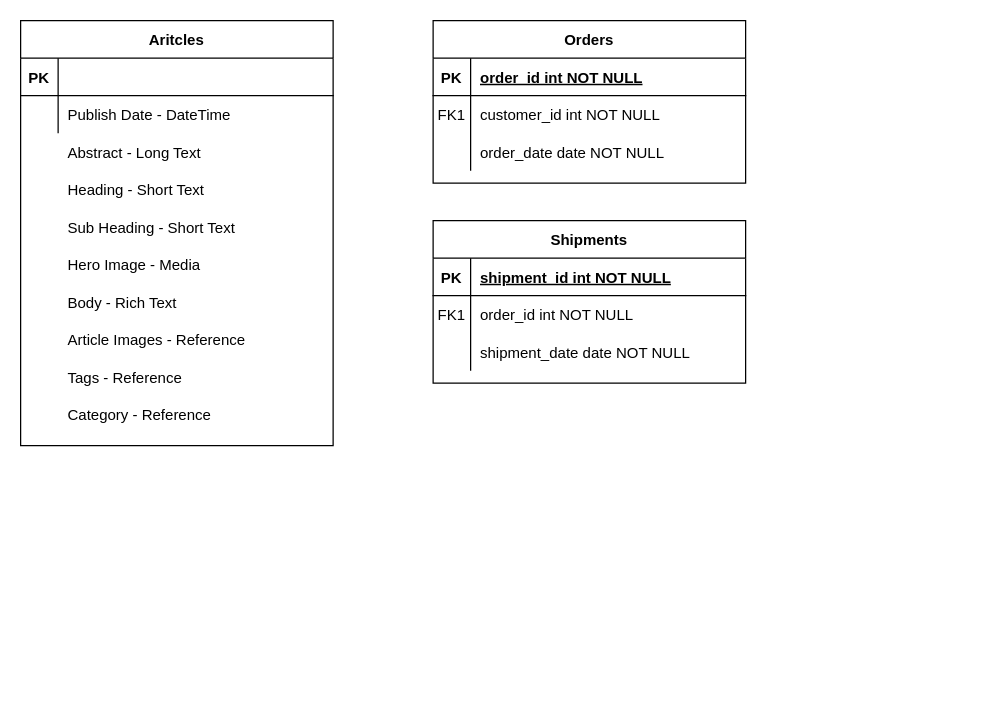
This is Untitled Diagram.drawio from kkankala/erdiagrams, a draw.io file, before an edit. Source tidied: cells renumbered, new cells numbered last; positions are measured from the earlier drawing's top-left corner, leaving out a move shared by most shapes. Both pictures are drawn from the tidied source at 125%, with x=0, y=0 at pixel (20, 20).
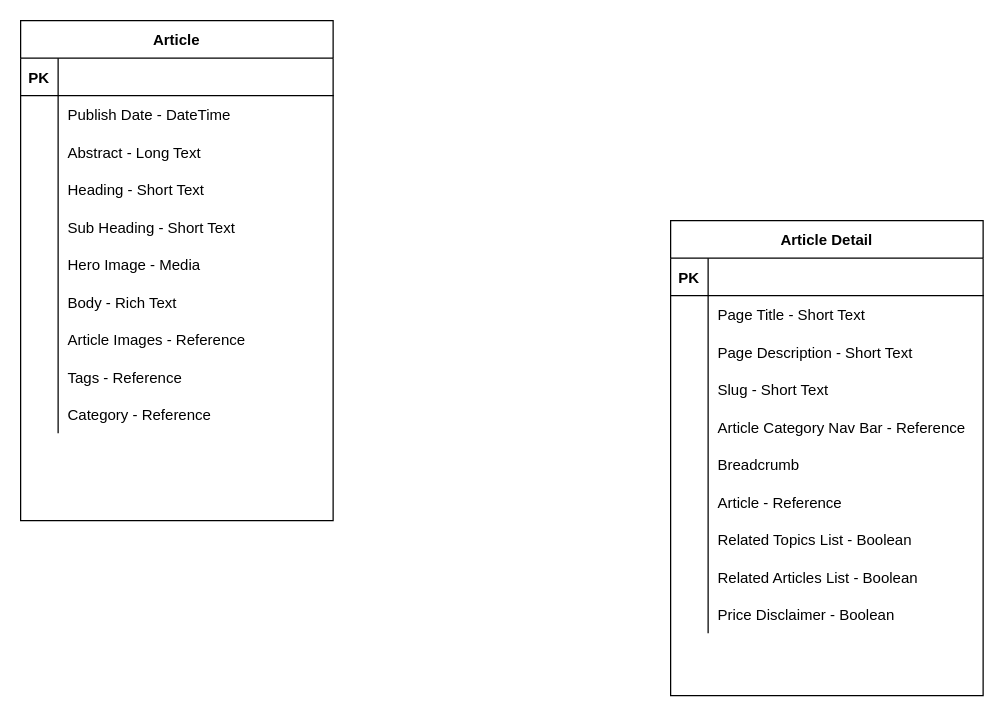
The same page after the edit.

Commit message:
adding article detail

What changed in the source:
```diff
@@
-    <mxCell id="2" value="Orders" style="shape=table;startSize=30;childLayout=tableLayout;rowLines=0;fontStyle=1;align=center;" parent="1" vertex="1">
-      <mxGeometry x="330" width="250" height="130" as="geometry" />
-    </mxCell>
-    <mxCell id="3" style="shape=partialRectangle;fillColor=none;top=0;left=0;right=0;bottom=1;" parent="2" vertex="1">
-      <mxGeometry y="30" width="250" height="30" as="geometry" />
-    </mxCell>
-    <mxCell id="4" value="PK" style="shape=partialRectangle;overflow=hidden;fillColor=none;top=0;left=0;bottom=0;right=0;fontStyle=1;" parent="3" vertex="1">
-      <mxGeometry width="30" height="30" as="geometry" />
-    </mxCell>
-    <mxCell id="5" value="order_id int NOT NULL " style="shape=partialRectangle;overflow=hidden;fillColor=none;top=0;left=0;bottom=0;right=0;align=left;spacingLeft=6;fontStyle=5;" parent="3" vertex="1">
-      <mxGeometry x="30" width="220" height="30" as="geometry" />
-    </mxCell>
-    <mxCell id="6" style="shape=partialRectangle;fillColor=none;top=0;left=0;right=0;bottom=0;" parent="2" vertex="1">
-      <mxGeometry y="60" width="250" height="30" as="geometry" />
-    </mxCell>
-    <mxCell id="7" value="FK1" style="shape=partialRectangle;overflow=hidden;fillColor=none;top=0;left=0;bottom=0;right=0;" parent="6" vertex="1">
-      <mxGeometry width="30" height="30" as="geometry" />
-    </mxCell>
-    <mxCell id="8" value="customer_id int NOT NULL" style="shape=partialRectangle;overflow=hidden;fillColor=none;top=0;left=0;bottom=0;right=0;align=left;spacingLeft=6;" parent="6" vertex="1">
-      <mxGeometry x="30" width="220" height="30" as="geometry" />
-    </mxCell>
-    <mxCell id="9" style="shape=partialRectangle;fillColor=none;top=0;left=0;right=0;bottom=0;" parent="2" vertex="1">
-      <mxGeometry y="90" width="250" height="30" as="geometry" />
-    </mxCell>
-    <mxCell id="10" style="shape=partialRectangle;overflow=hidden;fillColor=none;top=0;left=0;bottom=0;right=0;" parent="9" vertex="1">
-      <mxGeometry width="30" height="30" as="geometry" />
-    </mxCell>
-    <mxCell id="11" value="order_date date NOT NULL" style="shape=partialRectangle;overflow=hidden;fillColor=none;top=0;left=0;bottom=0;right=0;align=left;spacingLeft=6;" parent="9" vertex="1">
-      <mxGeometry x="30" width="220" height="30" as="geometry" />
-    </mxCell>
-    <mxCell id="12" value="Shipments" style="shape=table;startSize=30;childLayout=tableLayout;rowLines=0;fontStyle=1;align=center;" parent="1" vertex="1">
-      <mxGeometry x="330" y="160" width="250" height="130" as="geometry" />
-    </mxCell>
-    <mxCell id="13" style="shape=partialRectangle;fillColor=none;top=0;left=0;right=0;bottom=1;" parent="12" vertex="1">
-      <mxGeometry y="30" width="250" height="30" as="geometry" />
-    </mxCell>
-    <mxCell id="14" value="PK" style="shape=partialRectangle;overflow=hidden;fillColor=none;top=0;left=0;bottom=0;right=0;fontStyle=1;" parent="13" vertex="1">
-      <mxGeometry width="30" height="30" as="geometry" />
-    </mxCell>
-    <mxCell id="15" value="shipment_id int NOT NULL " style="shape=partialRectangle;overflow=hidden;fillColor=none;top=0;left=0;bottom=0;right=0;align=left;spacingLeft=6;fontStyle=5;" parent="13" vertex="1">
-      <mxGeometry x="30" width="220" height="30" as="geometry" />
-    </mxCell>
-    <mxCell id="16" style="shape=partialRectangle;fillColor=none;top=0;left=0;right=0;bottom=0;" parent="12" vertex="1">
-      <mxGeometry y="60" width="250" height="30" as="geometry" />
-    </mxCell>
-    <mxCell id="17" value="FK1" style="shape=partialRectangle;overflow=hidden;fillColor=none;top=0;left=0;bottom=0;right=0;" parent="16" vertex="1">
-      <mxGeometry width="30" height="30" as="geometry" />
-    </mxCell>
-    <mxCell id="18" value="order_id int NOT NULL" style="shape=partialRectangle;overflow=hidden;fillColor=none;top=0;left=0;bottom=0;right=0;align=left;spacingLeft=6;" parent="16" vertex="1">
-      <mxGeometry x="30" width="220" height="30" as="geometry" />
-    </mxCell>
-    <mxCell id="19" style="shape=partialRectangle;fillColor=none;top=0;left=0;right=0;bottom=0;" parent="12" vertex="1">
-      <mxGeometry y="90" width="250" height="30" as="geometry" />
-    </mxCell>
-    <mxCell id="20" style="shape=partialRectangle;overflow=hidden;fillColor=none;top=0;left=0;bottom=0;right=0;" parent="19" vertex="1">
-      <mxGeometry width="30" height="30" as="geometry" />
-    </mxCell>
-    <mxCell id="21" value="shipment_date date NOT NULL" style="shape=partialRectangle;overflow=hidden;fillColor=none;top=0;left=0;bottom=0;right=0;align=left;spacingLeft=6;" parent="19" vertex="1">
-      <mxGeometry x="30" width="220" height="30" as="geometry" />
-    </mxCell>
-    <mxCell id="22" value="Aritcles" style="shape=table;startSize=30;childLayout=tableLayout;rowLines=0;fontStyle=1;align=center;" parent="1" vertex="1">
-      <mxGeometry width="250" height="340" as="geometry" />
+    <mxCell id="22" value="Article" style="shape=table;startSize=30;childLayout=tableLayout;rowLines=0;fontStyle=1;align=center;" parent="1" vertex="1">
+      <mxGeometry width="250" height="400" as="geometry" />
     </mxCell>
@@
+    <mxCell id="37" style="shape=partialRectangle;fillColor=none;top=0;left=0;right=0;bottom=0;" parent="22" vertex="1">
+      <mxGeometry y="60" width="250" height="30" as="geometry" />
+    </mxCell>
+    <mxCell id="38" style="shape=partialRectangle;overflow=hidden;fillColor=none;top=0;left=0;bottom=0;right=0;" parent="37" vertex="1">
+      <mxGeometry width="30" height="30" as="geometry" />
+    </mxCell>
+    <mxCell id="39" value="Publish Date - DateTime" style="shape=partialRectangle;overflow=hidden;fillColor=none;top=0;left=0;bottom=0;right=0;align=left;spacingLeft=6;" parent="37" vertex="1">
+      <mxGeometry x="30" width="220" height="30" as="geometry" />
+    </mxCell>
+    <mxCell id="40" style="shape=partialRectangle;fillColor=none;top=0;left=0;right=0;bottom=0;" parent="22" vertex="1">
+      <mxGeometry y="90" width="250" height="30" as="geometry" />
+    </mxCell>
+    <mxCell id="41" style="shape=partialRectangle;overflow=hidden;fillColor=none;top=0;left=0;bottom=0;right=0;" parent="40" vertex="1">
+      <mxGeometry width="30" height="30" as="geometry" />
+    </mxCell>
+    <mxCell id="29" value="Abstract - Long Text" style="shape=partialRectangle;overflow=hidden;fillColor=none;top=0;left=0;bottom=0;right=0;align=left;spacingLeft=6;" parent="40" vertex="1">
+      <mxGeometry x="30" width="220" height="30" as="geometry" />
+    </mxCell>
+    <mxCell id="42" style="shape=partialRectangle;fillColor=none;top=0;left=0;right=0;bottom=0;" parent="22" vertex="1">
+      <mxGeometry y="120" width="250" height="30" as="geometry" />
+    </mxCell>
+    <mxCell id="43" style="shape=partialRectangle;overflow=hidden;fillColor=none;top=0;left=0;bottom=0;right=0;" parent="42" vertex="1">
+      <mxGeometry width="30" height="30" as="geometry" />
+    </mxCell>
+    <mxCell id="30" value="Heading - Short Text" style="shape=partialRectangle;overflow=hidden;fillColor=none;top=0;left=0;bottom=0;right=0;align=left;spacingLeft=6;" parent="42" vertex="1">
+      <mxGeometry x="30" width="220" height="30" as="geometry" />
+    </mxCell>
+    <mxCell id="44" style="shape=partialRectangle;fillColor=none;top=0;left=0;right=0;bottom=0;" parent="22" vertex="1">
+      <mxGeometry y="150" width="250" height="30" as="geometry" />
+    </mxCell>
+    <mxCell id="45" style="shape=partialRectangle;overflow=hidden;fillColor=none;top=0;left=0;bottom=0;right=0;" parent="44" vertex="1">
+      <mxGeometry width="30" height="30" as="geometry" />
+    </mxCell>
+    <mxCell id="31" value="Sub Heading - Short Text" style="shape=partialRectangle;overflow=hidden;fillColor=none;top=0;left=0;bottom=0;right=0;align=left;spacingLeft=6;" parent="44" vertex="1">
+      <mxGeometry x="30" width="220" height="30" as="geometry" />
+    </mxCell>
+    <mxCell id="46" style="shape=partialRectangle;fillColor=none;top=0;left=0;right=0;bottom=0;" parent="22" vertex="1">
+      <mxGeometry y="180" width="250" height="30" as="geometry" />
+    </mxCell>
+    <mxCell id="47" style="shape=partialRectangle;overflow=hidden;fillColor=none;top=0;left=0;bottom=0;right=0;" parent="46" vertex="1">
+      <mxGeometry width="30" height="30" as="geometry" />
+    </mxCell>
+    <mxCell id="32" value="Hero Image - Media" style="shape=partialRectangle;overflow=hidden;fillColor=none;top=0;left=0;bottom=0;right=0;align=left;spacingLeft=6;" parent="46" vertex="1">
+      <mxGeometry x="30" width="220" height="30" as="geometry" />
+    </mxCell>
+    <mxCell id="48" style="shape=partialRectangle;fillColor=none;top=0;left=0;right=0;bottom=0;" parent="22" vertex="1">
+      <mxGeometry y="210" width="250" height="30" as="geometry" />
+    </mxCell>
+    <mxCell id="49" style="shape=partialRectangle;overflow=hidden;fillColor=none;top=0;left=0;bottom=0;right=0;" parent="48" vertex="1">
+      <mxGeometry width="30" height="30" as="geometry" />
+    </mxCell>
+    <mxCell id="33" value="Body - Rich Text" style="shape=partialRectangle;overflow=hidden;fillColor=none;top=0;left=0;bottom=0;right=0;align=left;spacingLeft=6;" parent="48" vertex="1">
+      <mxGeometry x="30" width="220" height="30" as="geometry" />
+    </mxCell>
+    <mxCell id="50" style="shape=partialRectangle;fillColor=none;top=0;left=0;right=0;bottom=0;" parent="22" vertex="1">
+      <mxGeometry y="240" width="250" height="30" as="geometry" />
+    </mxCell>
+    <mxCell id="51" style="shape=partialRectangle;overflow=hidden;fillColor=none;top=0;left=0;bottom=0;right=0;" parent="50" vertex="1">
+      <mxGeometry width="30" height="30" as="geometry" />
+    </mxCell>
+    <mxCell id="34" value="Article Images - Reference" style="shape=partialRectangle;overflow=hidden;fillColor=none;top=0;left=0;bottom=0;right=0;align=left;spacingLeft=6;" parent="50" vertex="1">
+      <mxGeometry x="30" width="220" height="30" as="geometry" />
+    </mxCell>
+    <mxCell id="52" style="shape=partialRectangle;fillColor=none;top=0;left=0;right=0;bottom=0;" parent="22" vertex="1">
+      <mxGeometry y="270" width="250" height="30" as="geometry" />
+    </mxCell>
+    <mxCell id="53" style="shape=partialRectangle;overflow=hidden;fillColor=none;top=0;left=0;bottom=0;right=0;" parent="52" vertex="1">
+      <mxGeometry width="30" height="30" as="geometry" />
+    </mxCell>
+    <mxCell id="35" value="Tags - Reference" style="shape=partialRectangle;overflow=hidden;fillColor=none;top=0;left=0;bottom=0;right=0;align=left;spacingLeft=6;" parent="52" vertex="1">
+      <mxGeometry x="30" width="220" height="30" as="geometry" />
+    </mxCell>
     <mxCell id="26" style="shape=partialRectangle;fillColor=none;top=0;left=0;right=0;bottom=0;" parent="22" vertex="1">
-      <mxGeometry y="60" width="250" height="30" as="geometry" />
+      <mxGeometry y="300" width="250" height="30" as="geometry" />
     </mxCell>
@@
-    <mxCell id="28" value="Publish Date - DateTime" style="shape=partialRectangle;overflow=hidden;fillColor=none;top=0;left=0;bottom=0;right=0;align=left;spacingLeft=6;" parent="26" vertex="1">
+    <mxCell id="28" value="Category - Reference" style="shape=partialRectangle;overflow=hidden;fillColor=none;top=0;left=0;bottom=0;right=0;align=left;spacingLeft=6;" parent="26" vertex="1">
       <mxGeometry x="30" width="220" height="30" as="geometry" />
     </mxCell>
-    <mxCell id="29" value="Abstract - Long Text" style="shape=partialRectangle;overflow=hidden;fillColor=none;top=0;left=0;bottom=0;right=0;align=left;spacingLeft=6;" parent="1" vertex="1">
-      <mxGeometry x="30" y="90" width="220" height="30" as="geometry" />
-    </mxCell>
-    <mxCell id="30" value="Heading - Short Text" style="shape=partialRectangle;overflow=hidden;fillColor=none;top=0;left=0;bottom=0;right=0;align=left;spacingLeft=6;" parent="1" vertex="1">
-      <mxGeometry x="30" y="120" width="220" height="30" as="geometry" />
-    </mxCell>
-    <mxCell id="31" value="Sub Heading - Short Text" style="shape=partialRectangle;overflow=hidden;fillColor=none;top=0;left=0;bottom=0;right=0;align=left;spacingLeft=6;" parent="1" vertex="1">
-      <mxGeometry x="30" y="150" width="220" height="30" as="geometry" />
-    </mxCell>
-    <mxCell id="32" value="Hero Image - Media" style="shape=partialRectangle;overflow=hidden;fillColor=none;top=0;left=0;bottom=0;right=0;align=left;spacingLeft=6;" parent="1" vertex="1">
-      <mxGeometry x="30" y="180" width="220" height="30" as="geometry" />
-    </mxCell>
-    <mxCell id="33" value="Body - Rich Text" style="shape=partialRectangle;overflow=hidden;fillColor=none;top=0;left=0;bottom=0;right=0;align=left;spacingLeft=6;" parent="1" vertex="1">
-      <mxGeometry x="30" y="210" width="220" height="30" as="geometry" />
-    </mxCell>
-    <mxCell id="34" value="Article Images - Reference" style="shape=partialRectangle;overflow=hidden;fillColor=none;top=0;left=0;bottom=0;right=0;align=left;spacingLeft=6;" parent="1" vertex="1">
-      <mxGeometry x="30" y="240" width="220" height="30" as="geometry" />
-    </mxCell>
-    <mxCell id="35" value="Tags - Reference" style="shape=partialRectangle;overflow=hidden;fillColor=none;top=0;left=0;bottom=0;right=0;align=left;spacingLeft=6;" parent="1" vertex="1">
-      <mxGeometry x="30" y="270" width="220" height="30" as="geometry" />
-    </mxCell>
-    <mxCell id="36" value="Category - Reference" style="shape=partialRectangle;overflow=hidden;fillColor=none;top=0;left=0;bottom=0;right=0;align=left;spacingLeft=6;" parent="1" vertex="1">
-      <mxGeometry x="30" y="300" width="220" height="30" as="geometry" />
-    </mxCell>
+    <mxCell id="54" value="Article Detail" style="shape=table;startSize=30;childLayout=tableLayout;rowLines=0;fontStyle=1;align=center;" parent="1" vertex="1">
+      <mxGeometry x="520" y="160" width="250" height="380" as="geometry" />
+    </mxCell>
+    <mxCell id="55" style="shape=partialRectangle;fillColor=none;top=0;left=0;right=0;bottom=1;" parent="54" vertex="1">
+      <mxGeometry y="30" width="250" height="30" as="geometry" />
+    </mxCell>
+    <mxCell id="56" value="PK" style="shape=partialRectangle;overflow=hidden;fillColor=none;top=0;left=0;bottom=0;right=0;fontStyle=1;" parent="55" vertex="1">
+      <mxGeometry width="30" height="30" as="geometry" />
+    </mxCell>
+    <mxCell id="57" style="shape=partialRectangle;overflow=hidden;fillColor=none;top=0;left=0;bottom=0;right=0;align=left;spacingLeft=6;fontStyle=5;" parent="55" vertex="1">
+      <mxGeometry x="30" width="220" height="30" as="geometry" />
+    </mxCell>
+    <mxCell id="58" style="shape=partialRectangle;fillColor=none;top=0;left=0;right=0;bottom=0;" parent="54" vertex="1">
+      <mxGeometry y="60" width="250" height="30" as="geometry" />
+    </mxCell>
+    <mxCell id="59" style="shape=partialRectangle;overflow=hidden;fillColor=none;top=0;left=0;bottom=0;right=0;" parent="58" vertex="1">
+      <mxGeometry width="30" height="30" as="geometry" />
+    </mxCell>
+    <mxCell id="60" value="Page Title - Short Text" style="shape=partialRectangle;overflow=hidden;fillColor=none;top=0;left=0;bottom=0;right=0;align=left;spacingLeft=6;" parent="58" vertex="1">
+      <mxGeometry x="30" width="220" height="30" as="geometry" />
+    </mxCell>
+    <mxCell id="61" style="shape=partialRectangle;fillColor=none;top=0;left=0;right=0;bottom=0;" parent="54" vertex="1">
+      <mxGeometry y="90" width="250" height="30" as="geometry" />
+    </mxCell>
+    <mxCell id="62" style="shape=partialRectangle;overflow=hidden;fillColor=none;top=0;left=0;bottom=0;right=0;" parent="61" vertex="1">
+      <mxGeometry width="30" height="30" as="geometry" />
+    </mxCell>
+    <mxCell id="63" value="Page Description - Short Text" style="shape=partialRectangle;overflow=hidden;fillColor=none;top=0;left=0;bottom=0;right=0;align=left;spacingLeft=6;" parent="61" vertex="1">
+      <mxGeometry x="30" width="220" height="30" as="geometry" />
+    </mxCell>
+    <mxCell id="64" style="shape=partialRectangle;fillColor=none;top=0;left=0;right=0;bottom=0;" parent="54" vertex="1">
+      <mxGeometry y="120" width="250" height="30" as="geometry" />
+    </mxCell>
+    <mxCell id="65" style="shape=partialRectangle;overflow=hidden;fillColor=none;top=0;left=0;bottom=0;right=0;" parent="64" vertex="1">
+      <mxGeometry width="30" height="30" as="geometry" />
+    </mxCell>
+    <mxCell id="66" value="Slug - Short Text" style="shape=partialRectangle;overflow=hidden;fillColor=none;top=0;left=0;bottom=0;right=0;align=left;spacingLeft=6;" parent="64" vertex="1">
+      <mxGeometry x="30" width="220" height="30" as="geometry" />
+    </mxCell>
+    <mxCell id="67" style="shape=partialRectangle;fillColor=none;top=0;left=0;right=0;bottom=0;" parent="54" vertex="1">
+      <mxGeometry y="150" width="250" height="30" as="geometry" />
+    </mxCell>
+    <mxCell id="68" style="shape=partialRectangle;overflow=hidden;fillColor=none;top=0;left=0;bottom=0;right=0;" parent="67" vertex="1">
+      <mxGeometry width="30" height="30" as="geometry" />
+    </mxCell>
+    <mxCell id="69" value="Article Category Nav Bar - Reference" style="shape=partialRectangle;overflow=hidden;fillColor=none;top=0;left=0;bottom=0;right=0;align=left;spacingLeft=6;" parent="67" vertex="1">
+      <mxGeometry x="30" width="220" height="30" as="geometry" />
+    </mxCell>
+    <mxCell id="70" style="shape=partialRectangle;fillColor=none;top=0;left=0;right=0;bottom=0;" parent="54" vertex="1">
+      <mxGeometry y="180" width="250" height="30" as="geometry" />
+    </mxCell>
+    <mxCell id="71" style="shape=partialRectangle;overflow=hidden;fillColor=none;top=0;left=0;bottom=0;right=0;" parent="70" vertex="1">
+      <mxGeometry width="30" height="30" as="geometry" />
+    </mxCell>
+    <mxCell id="72" value="Breadcrumb" style="shape=partialRectangle;overflow=hidden;fillColor=none;top=0;left=0;bottom=0;right=0;align=left;spacingLeft=6;" parent="70" vertex="1">
+      <mxGeometry x="30" width="220" height="30" as="geometry" />
+    </mxCell>
+    <mxCell id="73" style="shape=partialRectangle;fillColor=none;top=0;left=0;right=0;bottom=0;" parent="54" vertex="1">
+      <mxGeometry y="210" width="250" height="30" as="geometry" />
+    </mxCell>
+    <mxCell id="74" style="shape=partialRectangle;overflow=hidden;fillColor=none;top=0;left=0;bottom=0;right=0;" parent="73" vertex="1">
+      <mxGeometry width="30" height="30" as="geometry" />
+    </mxCell>
+    <mxCell id="75" value="Article - Reference" style="shape=partialRectangle;overflow=hidden;fillColor=none;top=0;left=0;bottom=0;right=0;align=left;spacingLeft=6;" parent="73" vertex="1">
+      <mxGeometry x="30" width="220" height="30" as="geometry" />
+    </mxCell>
+    <mxCell id="76" style="shape=partialRectangle;fillColor=none;top=0;left=0;right=0;bottom=0;" parent="54" vertex="1">
+      <mxGeometry y="240" width="250" height="30" as="geometry" />
+    </mxCell>
+    <mxCell id="77" style="shape=partialRectangle;overflow=hidden;fillColor=none;top=0;left=0;bottom=0;right=0;" parent="76" vertex="1">
+      <mxGeometry width="30" height="30" as="geometry" />
+    </mxCell>
+    <mxCell id="78" value="Related Topics List - Boolean" style="shape=partialRectangle;overflow=hidden;fillColor=none;top=0;left=0;bottom=0;right=0;align=left;spacingLeft=6;" parent="76" vertex="1">
+      <mxGeometry x="30" width="220" height="30" as="geometry" />
+    </mxCell>
+    <mxCell id="79" style="shape=partialRectangle;fillColor=none;top=0;left=0;right=0;bottom=0;" parent="54" vertex="1">
+      <mxGeometry y="270" width="250" height="30" as="geometry" />
+    </mxCell>
+    <mxCell id="80" style="shape=partialRectangle;overflow=hidden;fillColor=none;top=0;left=0;bottom=0;right=0;" parent="79" vertex="1">
+      <mxGeometry width="30" height="30" as="geometry" />
+    </mxCell>
+    <mxCell id="81" value="Related Articles List - Boolean" style="shape=partialRectangle;overflow=hidden;fillColor=none;top=0;left=0;bottom=0;right=0;align=left;spacingLeft=6;" parent="79" vertex="1">
+      <mxGeometry x="30" width="220" height="30" as="geometry" />
+    </mxCell>
+    <mxCell id="82" style="shape=partialRectangle;fillColor=none;top=0;left=0;right=0;bottom=0;" parent="54" vertex="1">
+      <mxGeometry y="300" width="250" height="30" as="geometry" />
+    </mxCell>
+    <mxCell id="83" style="shape=partialRectangle;overflow=hidden;fillColor=none;top=0;left=0;bottom=0;right=0;" parent="82" vertex="1">
+      <mxGeometry width="30" height="30" as="geometry" />
+    </mxCell>
+    <mxCell id="84" value="Price Disclaimer - Boolean" style="shape=partialRectangle;overflow=hidden;fillColor=none;top=0;left=0;bottom=0;right=0;align=left;spacingLeft=6;" parent="82" vertex="1">
+      <mxGeometry x="30" width="220" height="30" as="geometry" />
+    </mxCell>
```
